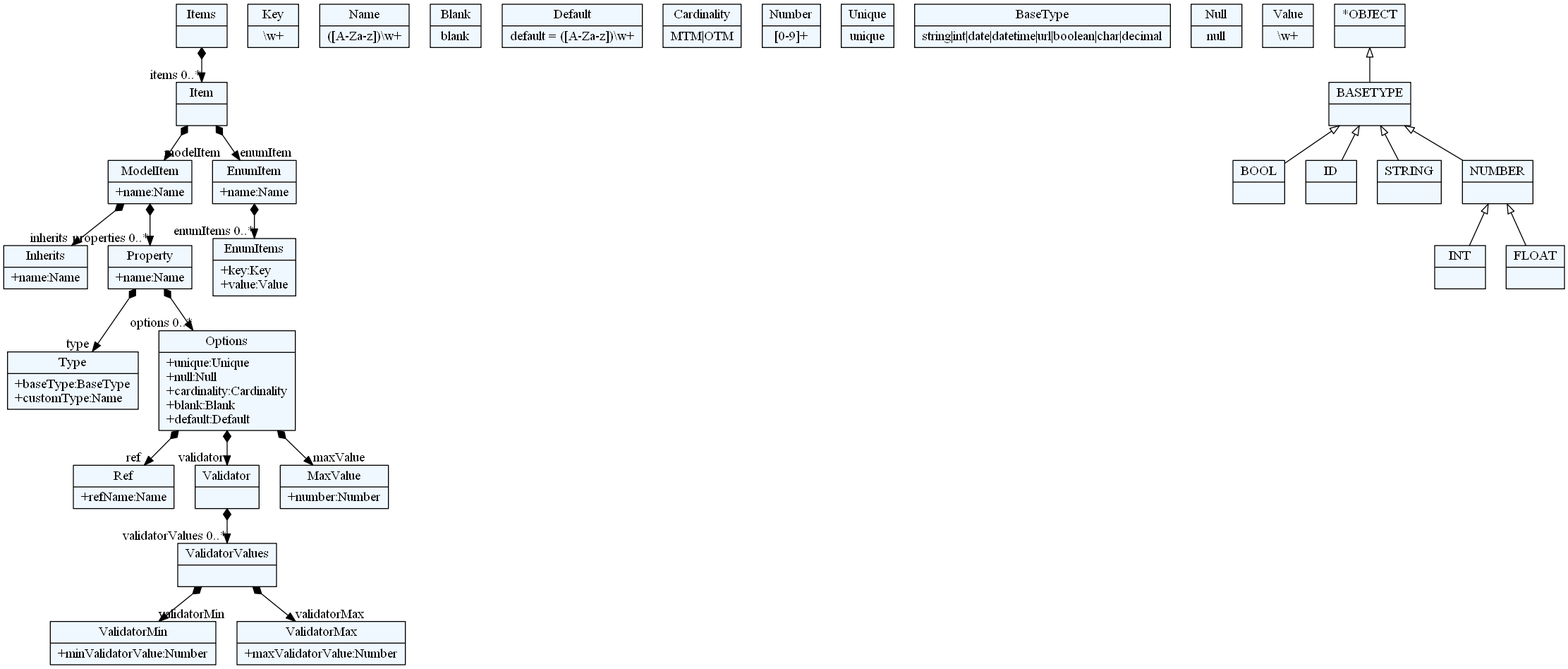
Before: Generator/test_meta.png, a diagram exported from Graphviz (sergiosuperstar/FTN-MBRS). Its source is kept beside it as Generator/test_meta.dot.
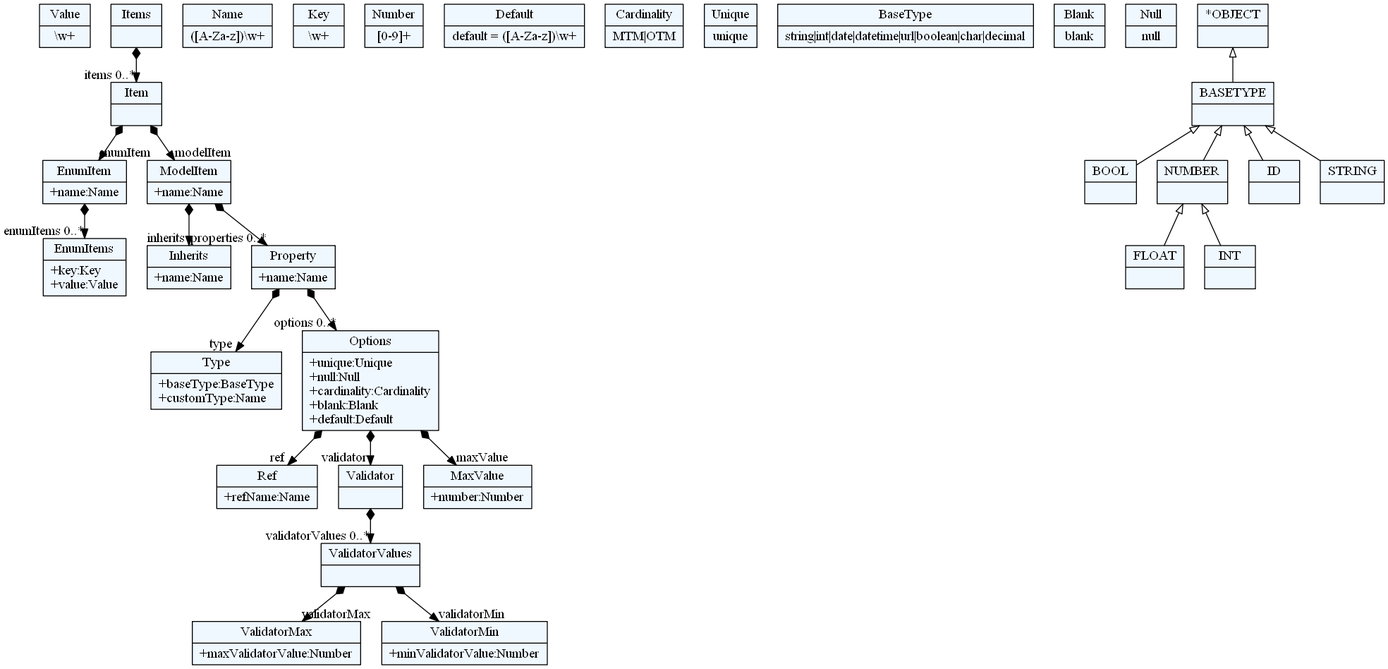
After the change.

The edit, as a diff of the source:
```diff
@@ -10,92 +10,92 @@
     edge[dir=black,arrowtail=empty]
 
 
-65773784 -> 65782744[arrowtail=diamond, dir=both, headlabel="inherits "]
-65773784 -> 65790808[arrowtail=diamond, dir=both, headlabel="properties 0..*"]
-65773784[ label="{ModelItem|+name:Name\l}"]
+64274104[ label="{Value|\\w+}"]
 
-65802456[ label="{Ref|+refName:Name\l}"]
+64301880[ label="{Ref|+refName:Name\l}"]
 
-65772888 -> 65786328[arrowtail=diamond, dir=both, headlabel="enumItems 0..*"]
-65772888[ label="{EnumItem|+name:Name\l}"]
+64303672[ label="{ValidatorMax|+maxValidatorValue:Number\l}"]
 
-65794392[ label="{ValidatorMin|+minValidatorValue:Number\l}"]
+64299192 -> 64294712[arrowtail=diamond, dir=both, headlabel="enumItems 0..*"]
+64299192[ label="{EnumItem|+name:Name\l}"]
 
-65771992[ label="{Key|\\w+}"]
+64281272[ label="{Name|([A-Za-z])\\w+}"]
 
-65797080 -> 65816792[arrowtail=diamond, dir=both, headlabel="validatorValues 0..*"]
-65797080[ label="{Validator|}"]
+64271416 -> 64280376[arrowtail=diamond, dir=both, headlabel="validatorValues 0..*"]
+64271416[ label="{Validator|}"]
 
-65762136[ label="{Name|([A-Za-z])\\w+}"]
+64295608[ label="{Key|\\w+}"]
 
-65817688[ label="{ValidatorMax|+maxValidatorValue:Number\l}"]
+64294712[ label="{EnumItems|+key:Key\l+value:Value\l}"]
 
-65764824 -> 65761240[arrowtail=diamond, dir=both, headlabel="items 0..*"]
-65764824[ label="{Items|}"]
+64297400[ label="{Type|+baseType:BaseType\l+customType:Name\l}"]
 
-65788120[ label="{Type|+baseType:BaseType\l+customType:Name\l}"]
+64300984[ label="{MaxValue|+number:Number\l}"]
 
-65793496[ label="{Blank|blank}"]
+64275896 -> 64293816[arrowtail=diamond, dir=both, headlabel="inherits "]
+64275896 -> 64277688[arrowtail=diamond, dir=both, headlabel="properties 0..*"]
+64275896[ label="{ModelItem|+name:Name\l}"]
 
-65786328[ label="{EnumItems|+key:Key\l+value:Value\l}"]
+64296504 -> 64275896[arrowtail=diamond, dir=both, headlabel="modelItem "]
+64296504 -> 64299192[arrowtail=diamond, dir=both, headlabel="enumItem "]
+64296504[ label="{Item|}"]
 
-65780952[ label="{MaxValue|+number:Number\l}"]
+64279480 -> 64300984[arrowtail=diamond, dir=both, headlabel="maxValue "]
+64279480 -> 64301880[arrowtail=diamond, dir=both, headlabel="ref "]
+64279480 -> 64271416[arrowtail=diamond, dir=both, headlabel="validator "]
+64279480[ label="{Options|+unique:Unique\l+null:Null\l+cardinality:Cardinality\l+blank:Blank\l+default:Default\l}"]
 
-65761240 -> 65773784[arrowtail=diamond, dir=both, headlabel="modelItem "]
-65761240 -> 65772888[arrowtail=diamond, dir=both, headlabel="enumItem "]
-65761240[ label="{Item|}"]
+64298296 -> 64296504[arrowtail=diamond, dir=both, headlabel="items 0..*"]
+64298296[ label="{Items|}"]
 
-65795288[ label="{Default|default = ([A-Za-z])\\w+}"]
+64269624[ label="{Number|[0-9]+}"]
 
-65782744[ label="{Inherits|+name:Name\l}"]
+64304568[ label="{Default|default = ([A-Za-z])\\w+}"]
 
-65800664[ label="{Cardinality|MTM\|OTM}"]
+64302776[ label="{Cardinality|MTM\|OTM}"]
 
-65791704[ label="{Number|[0-9]+}"]
+64277688 -> 64297400[arrowtail=diamond, dir=both, headlabel="type "]
+64277688 -> 64279480[arrowtail=diamond, dir=both, headlabel="options 0..*"]
+64277688[ label="{Property|+name:Name\l}"]
 
-65771096[ label="{Unique|unique}"]
+64268728[ label="{Unique|unique}"]
 
-65768408[ label="{BaseType|string\|int\|date\|datetime\|url\|boolean\|char\|decimal}"]
+64293816[ label="{Inherits|+name:Name\l}"]
 
-65816792 -> 65817688[arrowtail=diamond, dir=both, headlabel="validatorMax "]
-65816792 -> 65794392[arrowtail=diamond, dir=both, headlabel="validatorMin "]
-65816792[ label="{ValidatorValues|}"]
+64278584[ label="{BaseType|string\|int\|date\|datetime\|url\|boolean\|char\|decimal}"]
 
-65789016 -> 65780952[arrowtail=diamond, dir=both, headlabel="maxValue "]
-65789016 -> 65802456[arrowtail=diamond, dir=both, headlabel="ref "]
-65789016 -> 65797080[arrowtail=diamond, dir=both, headlabel="validator "]
-65789016[ label="{Options|+unique:Unique\l+null:Null\l+cardinality:Cardinality\l+blank:Blank\l+default:Default\l}"]
+64300088[ label="{Blank|blank}"]
 
-65789912[ label="{Null|null}"]
+64280376 -> 64303672[arrowtail=diamond, dir=both, headlabel="validatorMax "]
+64280376 -> 64272312[arrowtail=diamond, dir=both, headlabel="validatorMin "]
+64280376[ label="{ValidatorValues|}"]
 
-65776472[ label="{Value|\\w+}"]
+64267832[ label="{Null|null}"]
 
-65790808 -> 65788120[arrowtail=diamond, dir=both, headlabel="type "]
-65790808 -> 65789016[arrowtail=diamond, dir=both, headlabel="options 0..*"]
-65790808[ label="{Property|+name:Name\l}"]
+64272312[ label="{ValidatorMin|+minValidatorValue:Number\l}"]
 
-65769304[ label="{*OBJECT|}"]
-65769304 -> 65766616 [dir=back]
+64289336[ label="{BOOL|}"]
 
-65781848[ label="{INT|}"]
+64288440[ label="{BASETYPE|}"]
+64288440 -> 64266040 [dir=back]
+64288440 -> 64289336 [dir=back]
+64288440 -> 64283960 [dir=back]
+64288440 -> 64264248 [dir=back]
 
-65783640[ label="{BOOL|}"]
+64283960[ label="{ID|}"]
 
-65792600[ label="{FLOAT|}"]
+64266040[ label="{NUMBER|}"]
+64266040 -> 64292920 [dir=back]
+64266040 -> 64287544 [dir=back]
 
-65763032[ label="{ID|}"]
+64292920[ label="{FLOAT|}"]
 
-65774680[ label="{STRING|}"]
+64287544[ label="{INT|}"]
 
-65785432[ label="{NUMBER|}"]
-65785432 -> 65792600 [dir=back]
-65785432 -> 65781848 [dir=back]
+64265144[ label="{*OBJECT|}"]
+64265144 -> 64288440 [dir=back]
 
-65766616[ label="{BASETYPE|}"]
-65766616 -> 65785432 [dir=back]
-65766616 -> 65783640 [dir=back]
-65766616 -> 65763032 [dir=back]
-65766616 -> 65774680 [dir=back]
+64264248[ label="{STRING|}"]
 
 
 }
```
